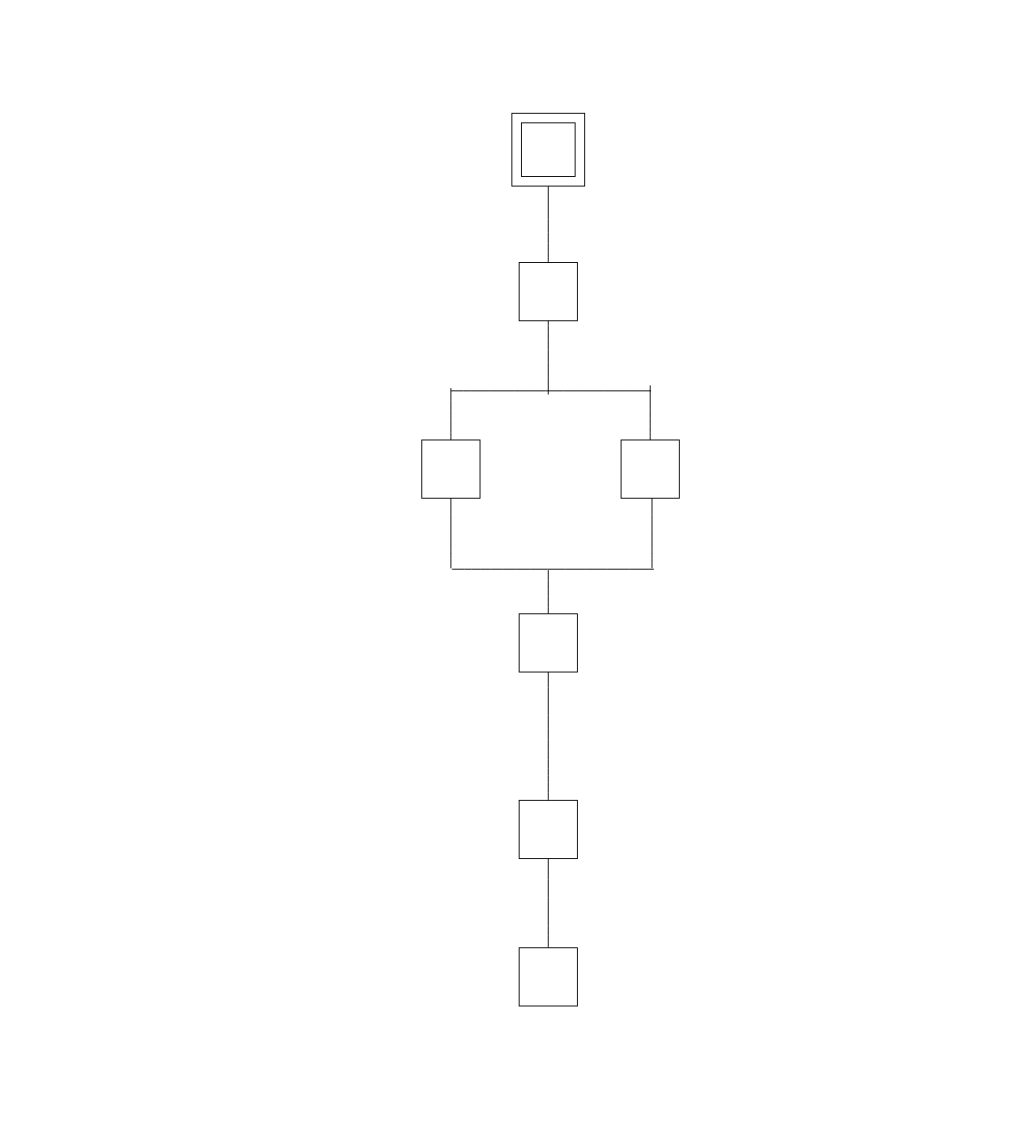
Above: GrafCET.drawio in KinuthiaWambugu/Libraryms (draw.io), before the change. Source tidied: cells renumbered, new cells numbered last; positions are measured from the earlier drawing's top-left corner, leaving out a move shared by most shapes. Both pictures are drawn from the tidied source at 91%, with x=0, y=0 at pixel (421, 113).
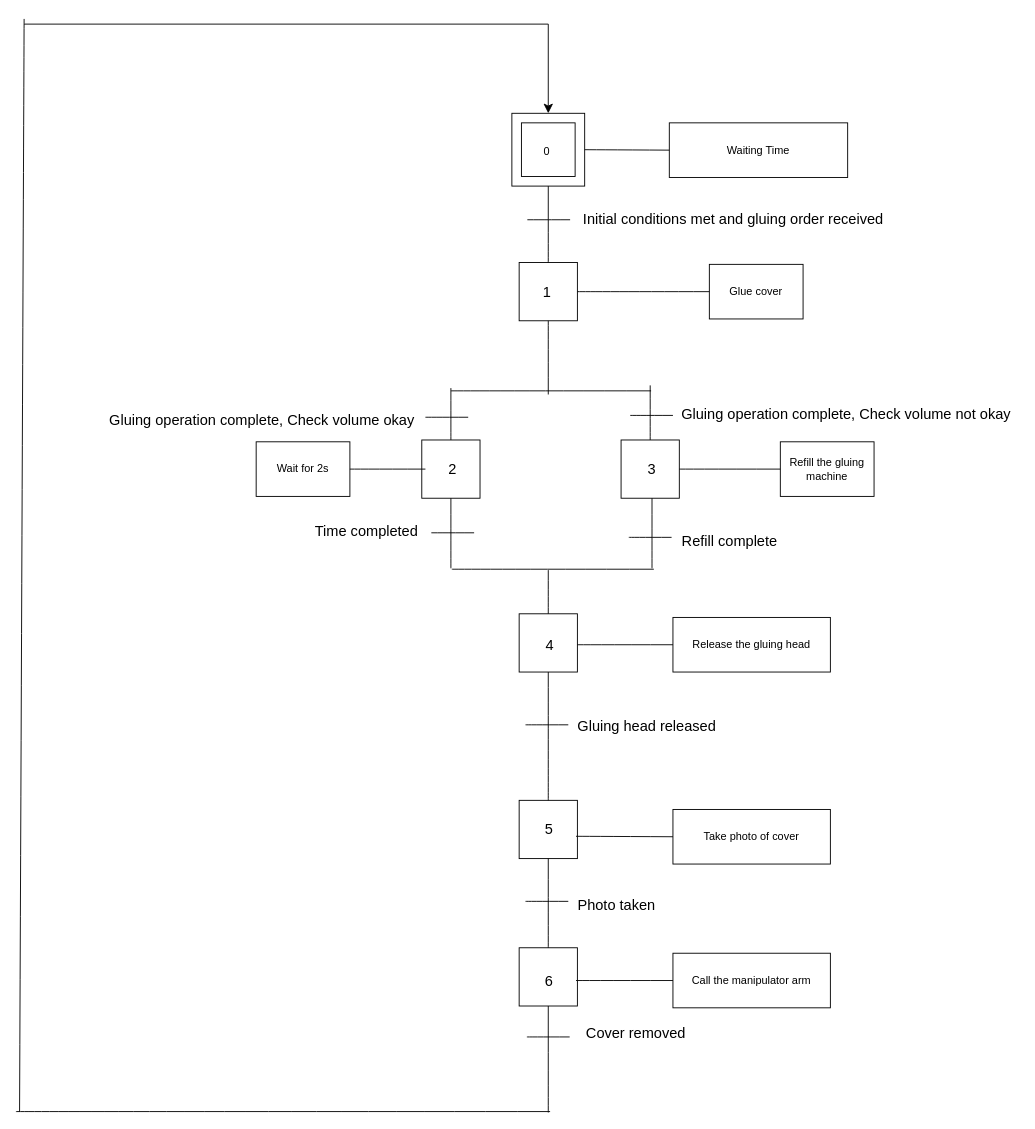
The same diagram, later.

Unchanged cells that the change refers to:
```xml
<mxCell id="2" style="whiteSpace=wrap;html=1;" parent="1" vertex="1">
  <mxGeometry x="99" width="80" height="80" as="geometry" />
</mxCell>
<mxCell id="5" style="whiteSpace=wrap;html=1;" parent="1" vertex="1">
  <mxGeometry x="107" y="164" width="64" height="64" as="geometry" />
</mxCell>
<mxCell id="9" style="whiteSpace=wrap;html=1;" parent="1" vertex="1">
  <mxGeometry x="107" y="917" width="64" height="64" as="geometry" />
</mxCell>
```

What changed in the source:
```diff
@@
+    <mxCell id="21" value="0" style="text;html=1;align=center;verticalAlign=middle;whiteSpace=wrap;rounded=0;" parent="1" vertex="1">
+      <mxGeometry x="106" y="26" width="63" height="31" as="geometry" />
+    </mxCell>
+    <mxCell id="22" value="1" style="text;strokeColor=none;fillColor=none;html=1;align=center;verticalAlign=middle;whiteSpace=wrap;rounded=0;fontSize=16;" parent="1" vertex="1">
+      <mxGeometry x="107.5" y="181" width="60" height="30" as="geometry" />
+    </mxCell>
+    <mxCell id="23" value="2" style="text;strokeColor=none;fillColor=none;html=1;align=center;verticalAlign=middle;whiteSpace=wrap;rounded=0;fontSize=16;" parent="1" vertex="1">
+      <mxGeometry x="4" y="376" width="60" height="30" as="geometry" />
+    </mxCell>
+    <mxCell id="24" value="3" style="text;strokeColor=none;fillColor=none;html=1;align=center;verticalAlign=middle;whiteSpace=wrap;rounded=0;fontSize=16;" parent="1" vertex="1">
+      <mxGeometry x="223" y="376" width="60" height="30" as="geometry" />
+    </mxCell>
+    <mxCell id="25" value="4" style="text;strokeColor=none;fillColor=none;html=1;align=center;verticalAlign=middle;whiteSpace=wrap;rounded=0;fontSize=16;" parent="1" vertex="1">
+      <mxGeometry x="111" y="569" width="60" height="30" as="geometry" />
+    </mxCell>
+    <mxCell id="26" value="5" style="text;strokeColor=none;fillColor=none;html=1;align=center;verticalAlign=middle;whiteSpace=wrap;rounded=0;fontSize=16;" parent="1" vertex="1">
+      <mxGeometry x="109.5" y="772" width="60" height="30" as="geometry" />
+    </mxCell>
+    <mxCell id="27" value="6" style="text;strokeColor=none;fillColor=none;html=1;align=center;verticalAlign=middle;whiteSpace=wrap;rounded=0;fontSize=16;" parent="1" vertex="1">
+      <mxGeometry x="109.5" y="938" width="60" height="30" as="geometry" />
+    </mxCell>
+    <mxCell id="28" value="Waiting Time" style="rounded=0;whiteSpace=wrap;html=1;" parent="1" vertex="1">
+      <mxGeometry x="272" y="10.5" width="196" height="60" as="geometry" />
+    </mxCell>
+    <mxCell id="29" value="Glue cover" style="rounded=0;whiteSpace=wrap;html=1;" parent="1" vertex="1">
+      <mxGeometry x="316" y="166" width="103" height="60" as="geometry" />
+    </mxCell>
+    <mxCell id="30" value="Wait for 2s" style="rounded=0;whiteSpace=wrap;html=1;" parent="1" vertex="1">
+      <mxGeometry x="-182" y="361" width="103" height="60" as="geometry" />
+    </mxCell>
+    <mxCell id="31" value="Refill the gluing machine" style="rounded=0;whiteSpace=wrap;html=1;" parent="1" vertex="1">
+      <mxGeometry x="394" y="361" width="103" height="60" as="geometry" />
+    </mxCell>
+    <mxCell id="32" value="Release the gluing head" style="rounded=0;whiteSpace=wrap;html=1;" parent="1" vertex="1">
+      <mxGeometry x="276" y="554" width="173" height="60" as="geometry" />
+    </mxCell>
+    <mxCell id="33" value="Take photo of cover" style="rounded=0;whiteSpace=wrap;html=1;" parent="1" vertex="1">
+      <mxGeometry x="276" y="765" width="173" height="60" as="geometry" />
+    </mxCell>
+    <mxCell id="34" value="Call the manipulator arm" style="rounded=0;whiteSpace=wrap;html=1;" parent="1" vertex="1">
+      <mxGeometry x="276" y="923" width="173" height="60" as="geometry" />
+    </mxCell>
+    <mxCell id="35" style="endArrow=none;html=1;rounded=0;fontSize=12;startSize=8;endSize=8;curved=1;" parent="1" edge="1">
+      <mxGeometry relative="1" as="geometry">
+        <mxPoint x="116" y="117" as="sourcePoint" />
+        <mxPoint x="163" y="117" as="targetPoint" />
+      </mxGeometry>
+    </mxCell>
+    <mxCell id="36" style="endArrow=none;html=1;rounded=0;fontSize=12;startSize=8;endSize=8;curved=1;" parent="1" edge="1">
+      <mxGeometry relative="1" as="geometry">
+        <mxPoint x="4" y="334" as="sourcePoint" />
+        <mxPoint x="51" y="334" as="targetPoint" />
+      </mxGeometry>
+    </mxCell>
+    <mxCell id="37" style="endArrow=none;html=1;rounded=0;fontSize=12;startSize=8;endSize=8;curved=1;" parent="1" edge="1">
+      <mxGeometry relative="1" as="geometry">
+        <mxPoint x="229" y="332" as="sourcePoint" />
+        <mxPoint x="276" y="332" as="targetPoint" />
+      </mxGeometry>
+    </mxCell>
+    <mxCell id="38" style="endArrow=none;html=1;rounded=0;fontSize=12;startSize=8;endSize=8;curved=1;" parent="1" edge="1">
+      <mxGeometry relative="1" as="geometry">
+        <mxPoint x="114" y="672" as="sourcePoint" />
+        <mxPoint x="161" y="672" as="targetPoint" />
+      </mxGeometry>
+    </mxCell>
+    <mxCell id="39" style="endArrow=none;html=1;rounded=0;fontSize=12;startSize=8;endSize=8;curved=1;" parent="1" edge="1">
+      <mxGeometry relative="1" as="geometry">
+        <mxPoint x="114" y="866" as="sourcePoint" />
+        <mxPoint x="161" y="866" as="targetPoint" />
+      </mxGeometry>
+    </mxCell>
+    <mxCell id="40" style="endArrow=none;html=1;rounded=0;fontSize=12;startSize=8;endSize=8;curved=1;" parent="1" edge="1">
+      <mxGeometry relative="1" as="geometry">
+        <mxPoint x="227.5" y="466" as="sourcePoint" />
+        <mxPoint x="274.5" y="466" as="targetPoint" />
+      </mxGeometry>
+    </mxCell>
+    <mxCell id="41" style="endArrow=none;html=1;rounded=0;fontSize=12;startSize=8;endSize=8;curved=1;" parent="1" edge="1">
+      <mxGeometry relative="1" as="geometry">
+        <mxPoint x="10.5" y="461" as="sourcePoint" />
+        <mxPoint x="57.5" y="461" as="targetPoint" />
+      </mxGeometry>
+    </mxCell>
+    <mxCell id="42" style="endArrow=none;html=1;rounded=0;fontSize=12;startSize=8;endSize=8;curved=1;" parent="1" edge="1">
+      <mxGeometry relative="1" as="geometry">
+        <mxPoint x="115.5" y="1015" as="sourcePoint" />
+        <mxPoint x="162.5" y="1015" as="targetPoint" />
+      </mxGeometry>
+    </mxCell>
+    <mxCell id="43" value="Initial conditions met and gluing order received" style="text;html=1;align=center;verticalAlign=middle;strokeColor=none;fillColor=none;fontSize=16;" parent="1" vertex="1">
+      <mxGeometry x="167.5" y="100" width="348" height="31" as="geometry" />
+    </mxCell>
+    <mxCell id="44" value="Gluing operation complete, Check volume not okay" style="text;html=1;align=center;verticalAlign=middle;strokeColor=none;fillColor=none;fontSize=16;" parent="1" vertex="1">
+      <mxGeometry x="276" y="314" width="380" height="31" as="geometry" />
+    </mxCell>
+    <mxCell id="45" value="Gluing operation complete, Check volume okay" style="text;html=1;align=center;verticalAlign=middle;strokeColor=none;fillColor=none;fontSize=16;" parent="1" vertex="1">
+      <mxGeometry x="-353" y="321" width="353" height="31" as="geometry" />
+    </mxCell>
+    <mxCell id="46" value="Refill complete" style="text;html=1;align=center;verticalAlign=middle;strokeColor=none;fillColor=none;fontSize=16;" parent="1" vertex="1">
+      <mxGeometry x="276" y="454" width="123" height="31" as="geometry" />
+    </mxCell>
+    <mxCell id="47" value="Time completed" style="text;html=1;align=center;verticalAlign=middle;strokeColor=none;fillColor=none;fontSize=16;" parent="1" vertex="1">
+      <mxGeometry x="-127" y="443" width="131" height="31" as="geometry" />
+    </mxCell>
+    <mxCell id="48" value="Gluing head released" style="text;html=1;align=center;verticalAlign=middle;strokeColor=none;fillColor=none;fontSize=16;" parent="1" vertex="1">
+      <mxGeometry x="162" y="657" width="170" height="31" as="geometry" />
+    </mxCell>
+    <mxCell id="49" value="Photo taken&amp;nbsp;" style="text;html=1;align=center;verticalAlign=middle;strokeColor=none;fillColor=none;fontSize=16;" parent="1" vertex="1">
+      <mxGeometry x="162" y="854" width="108" height="31" as="geometry" />
+    </mxCell>
+    <mxCell id="50" value="Cover removed" style="text;html=1;align=center;verticalAlign=middle;strokeColor=none;fillColor=none;fontSize=16;" parent="1" vertex="1">
+      <mxGeometry x="171" y="995" width="127" height="31" as="geometry" />
+    </mxCell>
+    <mxCell id="51" style="endArrow=none;html=1;rounded=0;fontSize=12;startSize=8;endSize=8;curved=1;exitX=1;exitY=0.5;exitDx=0;exitDy=0;entryX=0;entryY=0.5;entryDx=0;entryDy=0;" parent="1" edge="1" source="30" target="23">
+      <mxGeometry relative="1" as="geometry" />
+    </mxCell>
+    <mxCell id="52" style="endArrow=none;html=1;rounded=0;fontSize=12;startSize=8;endSize=8;curved=1;entryX=0;entryY=0.5;entryDx=0;entryDy=0;exitX=1;exitY=0.5;exitDx=0;exitDy=0;" parent="1" edge="1" source="24" target="31">
+      <mxGeometry relative="1" as="geometry" />
+    </mxCell>
+    <mxCell id="53" style="endArrow=none;html=1;rounded=0;fontSize=12;startSize=8;endSize=8;curved=1;exitX=1;exitY=0.5;exitDx=0;exitDy=0;entryX=0;entryY=0.5;entryDx=0;entryDy=0;" parent="1" edge="1" source="25" target="32">
+      <mxGeometry relative="1" as="geometry" />
+    </mxCell>
+    <mxCell id="54" style="endArrow=none;html=1;rounded=0;fontSize=12;startSize=8;endSize=8;curved=1;exitX=1;exitY=0.75;exitDx=0;exitDy=0;entryX=0;entryY=0.5;entryDx=0;entryDy=0;" parent="1" edge="1" source="26" target="33">
+      <mxGeometry relative="1" as="geometry" />
+    </mxCell>
+    <mxCell id="55" style="endArrow=none;html=1;rounded=0;fontSize=12;startSize=8;endSize=8;curved=1;exitX=1;exitY=0.5;exitDx=0;exitDy=0;entryX=0;entryY=0.5;entryDx=0;entryDy=0;" parent="1" edge="1" source="27" target="34">
+      <mxGeometry relative="1" as="geometry" />
+    </mxCell>
+    <mxCell id="56" style="endArrow=none;html=1;rounded=0;fontSize=12;startSize=8;endSize=8;curved=1;entryX=0.5;entryY=1;entryDx=0;entryDy=0;" parent="1" edge="1" target="9">
+      <mxGeometry relative="1" as="geometry">
+        <mxPoint x="139" y="1098" as="sourcePoint" />
+      </mxGeometry>
+    </mxCell>
+    <mxCell id="57" style="endArrow=none;html=1;rounded=0;fontSize=12;startSize=8;endSize=8;curved=1;" parent="1" edge="1">
+      <mxGeometry relative="1" as="geometry">
+        <mxPoint x="-446" y="1097" as="sourcePoint" />
+        <mxPoint x="141" y="1097" as="targetPoint" />
+      </mxGeometry>
+    </mxCell>
+    <mxCell id="58" style="endArrow=none;html=1;rounded=0;fontSize=12;startSize=8;endSize=8;curved=1;" parent="1" edge="1">
+      <mxGeometry relative="1" as="geometry">
+        <mxPoint x="-437" y="-103.7" as="sourcePoint" />
+        <mxPoint x="-442" y="1097" as="targetPoint" />
+      </mxGeometry>
+    </mxCell>
+    <mxCell id="59" style="edgeStyle=segmentEdgeStyle;endArrow=classic;html=1;curved=0;rounded=0;endSize=8;startSize=8;fontSize=12;entryX=0.5;entryY=0;entryDx=0;entryDy=0;" parent="1" edge="1" target="2">
+      <mxGeometry relative="1" as="geometry">
+        <mxPoint x="-437" y="-98" as="sourcePoint" />
+      </mxGeometry>
+    </mxCell>
+    <mxCell id="60" style="endArrow=none;html=1;rounded=0;fontSize=12;startSize=8;endSize=8;curved=1;exitX=1;exitY=0.5;exitDx=0;exitDy=0;entryX=0;entryY=0.5;entryDx=0;entryDy=0;" parent="1" edge="1" source="2" target="28">
+      <mxGeometry relative="1" as="geometry" />
+    </mxCell>
+    <mxCell id="61" style="endArrow=none;html=1;rounded=0;fontSize=12;startSize=8;endSize=8;curved=1;exitX=1;exitY=0.5;exitDx=0;exitDy=0;entryX=0;entryY=0.5;entryDx=0;entryDy=0;" parent="1" edge="1" source="5" target="29">
+      <mxGeometry relative="1" as="geometry" />
+    </mxCell>
```
